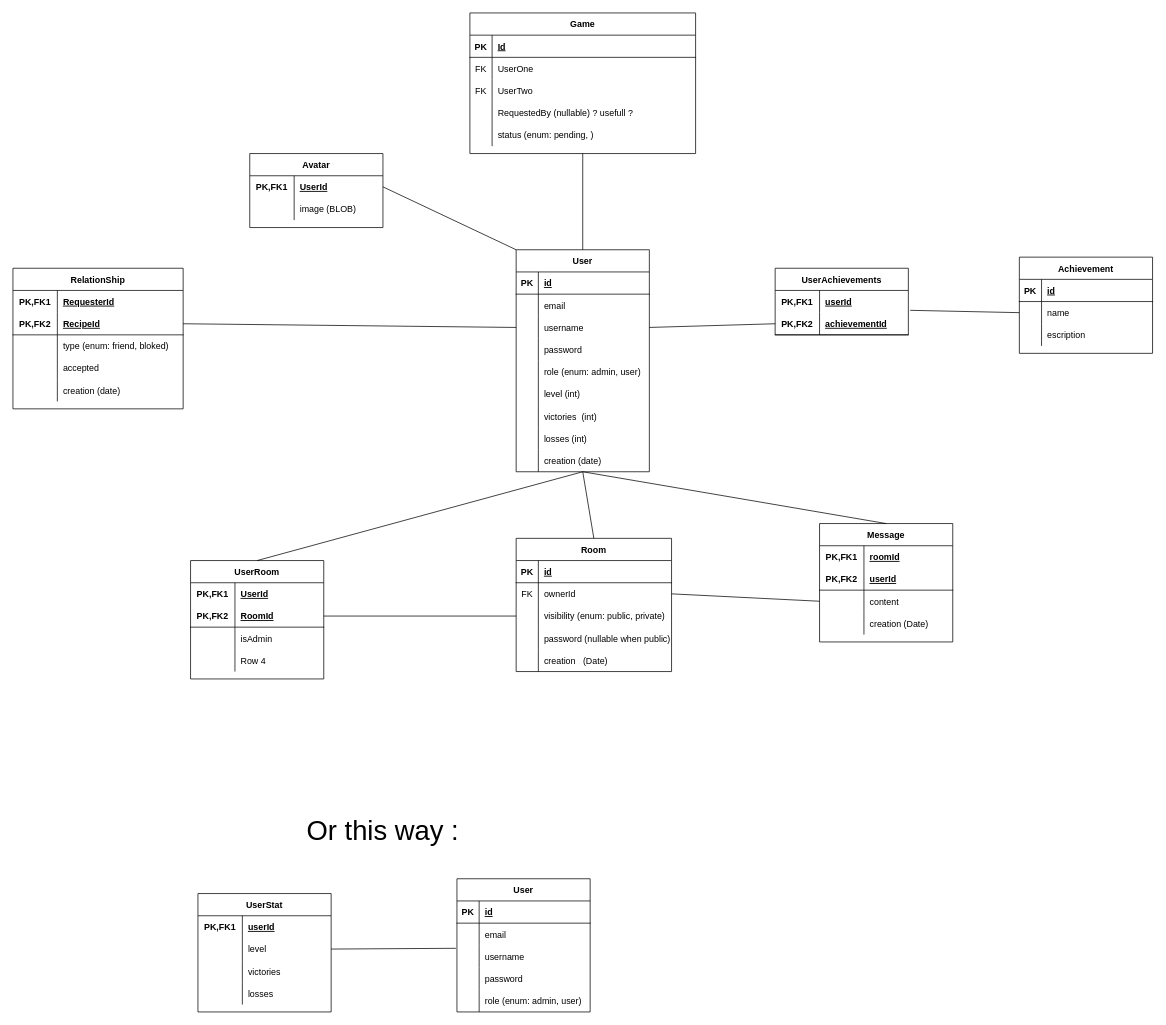
Above: reference/db-schema-tables.drawio in Working-From-Home/ft_transcendence (draw.io), before the change. Source tidied: cells renumbered, new cells numbered last; positions are measured from the earlier drawing's top-left corner, leaving out a move shared by most shapes. Both pictures are drawn from the tidied source at 74%, with x=0, y=0 at pixel (13, 13).
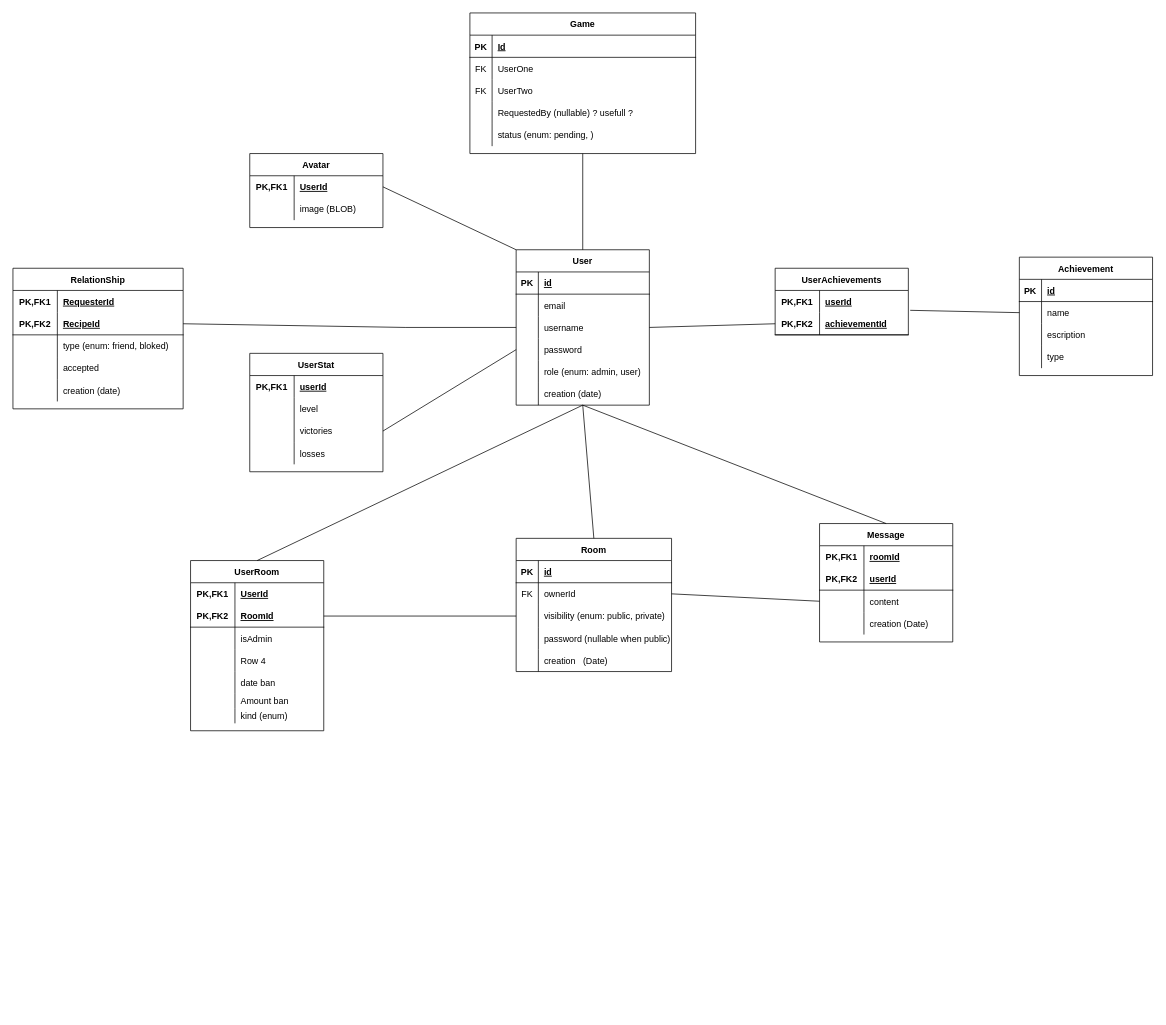
The same page after the edit.

Unchanged cells that the change refers to:
```xml
<mxCell id="9" style="shape=partialRectangle;fillColor=none;top=0;left=0;bottom=0;right=0;points=[[0,0.5],[1,0.5]];portConstraint=eastwest;" parent="2" vertex="1">
  <mxGeometry y="90" width="180" height="30" as="geometry" />
</mxCell>
<mxCell id="12" style="shape=partialRectangle;fillColor=none;top=0;left=0;bottom=0;right=0;points=[[0,0.5],[1,0.5]];portConstraint=eastwest;" parent="2" vertex="1">
  <mxGeometry y="120" width="180" height="30" as="geometry" />
</mxCell>
<mxCell id="53" style="shape=partialRectangle;fillColor=none;top=0;left=0;bottom=1;right=0;points=[[0,0.5],[1,0.5]];portConstraint=eastwest;" parent="49" vertex="1">
  <mxGeometry y="60" width="230" height="30" as="geometry" />
</mxCell>
<mxCell id="150" style="shape=partialRectangle;fillColor=none;top=0;left=0;bottom=0;right=0;points=[[0,0.5],[1,0.5]];portConstraint=eastwest;" parent="146" vertex="1">
  <mxGeometry y="60" width="180" height="30" as="geometry" />
</mxCell>
<mxCell id="153" style="shape=partialRectangle;fillColor=none;top=0;left=0;bottom=0;right=0;points=[[0,0.5],[1,0.5]];portConstraint=eastwest;" parent="146" vertex="1">
  <mxGeometry y="90" width="180" height="30" as="geometry" />
</mxCell>
```

Change to the diagram source:
```diff
@@
     <mxCell id="2" value="User" style="shape=table;startSize=30;childLayout=tableLayout;rowLines=0;fontStyle=1;align=center;" parent="1" vertex="1">
-      <mxGeometry x="680" y="320" width="180" height="300" as="geometry" />
+      <mxGeometry x="680" y="320" width="180" height="210" as="geometry" />
     </mxCell>
@@
-    <mxCell id="18" style="shape=partialRectangle;fillColor=none;top=0;left=0;bottom=0;right=0;" parent="2" vertex="1">
-      <mxGeometry y="180" width="180" height="30" as="geometry" />
-    </mxCell>
-    <mxCell id="19" style="shape=partialRectangle;fillColor=none;top=0;left=0;bottom=0;right=0;overflow=hidden;" parent="18" vertex="1">
-      <mxGeometry width="30" height="30" as="geometry" />
-    </mxCell>
-    <mxCell id="20" value="level (int)" style="shape=partialRectangle;fillColor=none;top=0;left=0;bottom=0;right=0;align=left;spacingLeft=6;overflow=hidden;" parent="18" vertex="1">
-      <mxGeometry x="30" width="150" height="30" as="geometry" />
-    </mxCell>
-    <mxCell id="21" style="shape=partialRectangle;fillColor=none;top=0;left=0;bottom=0;right=0;" parent="2" vertex="1">
-      <mxGeometry y="210" width="180" height="30" as="geometry" />
-    </mxCell>
-    <mxCell id="22" style="shape=partialRectangle;fillColor=none;top=0;left=0;bottom=0;right=0;overflow=hidden;" parent="21" vertex="1">
-      <mxGeometry width="30" height="30" as="geometry" />
-    </mxCell>
-    <mxCell id="23" value="victories  (int)" style="shape=partialRectangle;fillColor=none;top=0;left=0;bottom=0;right=0;align=left;spacingLeft=6;overflow=hidden;" parent="21" vertex="1">
-      <mxGeometry x="30" width="150" height="30" as="geometry" />
-    </mxCell>
-    <mxCell id="24" style="shape=partialRectangle;fillColor=none;top=0;left=0;bottom=0;right=0;" parent="2" vertex="1">
-      <mxGeometry y="240" width="180" height="30" as="geometry" />
-    </mxCell>
-    <mxCell id="25" style="shape=partialRectangle;fillColor=none;top=0;left=0;bottom=0;right=0;overflow=hidden;" parent="24" vertex="1">
-      <mxGeometry width="30" height="30" as="geometry" />
-    </mxCell>
-    <mxCell id="26" value="losses (int)" style="shape=partialRectangle;fillColor=none;top=0;left=0;bottom=0;right=0;align=left;spacingLeft=6;overflow=hidden;" parent="24" vertex="1">
-      <mxGeometry x="30" width="150" height="30" as="geometry" />
-    </mxCell>
     <mxCell id="27" style="shape=partialRectangle;fillColor=none;top=0;left=0;bottom=0;right=0;" parent="2" vertex="1">
-      <mxGeometry y="270" width="180" height="30" as="geometry" />
+      <mxGeometry y="180" width="180" height="30" as="geometry" />
     </mxCell>
@@
     <mxCell id="37" value="Achievement" style="shape=table;startSize=30;childLayout=tableLayout;rowLines=0;fontStyle=1;align=center;" parent="1" vertex="1">
-      <mxGeometry x="1360" y="330" width="180" height="130" as="geometry" />
+      <mxGeometry x="1360" y="330" width="180" height="160" as="geometry" />
     </mxCell>
@@
+    <mxCell id="140" style="shape=partialRectangle;fillColor=none;top=0;left=0;bottom=0;right=0;" parent="37" vertex="1">
+      <mxGeometry y="120" width="180" height="30" as="geometry" />
+    </mxCell>
+    <mxCell id="169" style="shape=partialRectangle;fillColor=none;top=0;left=0;bottom=0;right=0;overflow=hidden;" parent="140" vertex="1">
+      <mxGeometry width="30" height="30" as="geometry" />
+    </mxCell>
+    <mxCell id="170" value="type" style="shape=partialRectangle;fillColor=none;top=0;left=0;bottom=0;right=0;align=left;spacingLeft=6;overflow=hidden;" parent="140" vertex="1">
+      <mxGeometry x="30" width="150" height="30" as="geometry" />
+    </mxCell>
@@
     <mxCell id="65" style="endArrow=none;html=1;rounded=0;exitX=0;exitY=0.5;exitDx=0;exitDy=0;entryX=1;entryY=0.5;entryDx=0;entryDy=0;" parent="1" edge="1" source="9" target="53">
-      <mxGeometry relative="1" as="geometry" />
+      <mxGeometry relative="1" as="geometry">
+        <Array as="points">
+          <mxPoint x="530" y="425" />
+        </Array>
+      </mxGeometry>
     </mxCell>
@@
     <mxCell id="100" value="UserRoom" style="shape=table;startSize=30;childLayout=tableLayout;rowLines=0;fontStyle=1;align=center;" parent="1" vertex="1">
-      <mxGeometry x="240" y="740" width="180" height="160" as="geometry" />
+      <mxGeometry x="240" y="740" width="180" height="230" as="geometry" />
     </mxCell>
@@
+    <mxCell id="143" style="shape=partialRectangle;fillColor=none;top=0;left=0;bottom=0;right=0;" parent="100" vertex="1">
+      <mxGeometry y="150" width="180" height="30" as="geometry" />
+    </mxCell>
+    <mxCell id="171" style="shape=partialRectangle;fillColor=none;top=0;left=0;bottom=0;right=0;overflow=hidden;" parent="143" vertex="1">
+      <mxGeometry width="60" height="30" as="geometry" />
+    </mxCell>
+    <mxCell id="172" value="date ban" style="shape=partialRectangle;fillColor=none;top=0;left=0;bottom=0;right=0;align=left;spacingLeft=6;overflow=hidden;" parent="143" vertex="1">
+      <mxGeometry x="60" width="120" height="30" as="geometry" />
+    </mxCell>
+    <mxCell id="173" style="shape=partialRectangle;fillColor=none;top=0;left=0;bottom=0;right=0;" parent="100" vertex="1">
+      <mxGeometry y="180" width="180" height="20" as="geometry" />
+    </mxCell>
+    <mxCell id="174" style="shape=partialRectangle;fillColor=none;top=0;left=0;bottom=0;right=0;overflow=hidden;" parent="173" vertex="1">
+      <mxGeometry width="60" height="20" as="geometry" />
+    </mxCell>
+    <mxCell id="175" value="Amount ban" style="shape=partialRectangle;fillColor=none;top=0;left=0;bottom=0;right=0;align=left;spacingLeft=6;overflow=hidden;" parent="173" vertex="1">
+      <mxGeometry x="60" width="120" height="20" as="geometry" />
+    </mxCell>
+    <mxCell id="176" style="shape=partialRectangle;fillColor=none;top=0;left=0;bottom=0;right=0;" parent="100" vertex="1">
+      <mxGeometry y="200" width="180" height="20" as="geometry" />
+    </mxCell>
+    <mxCell id="177" style="shape=partialRectangle;fillColor=none;top=0;left=0;bottom=0;right=0;overflow=hidden;" parent="176" vertex="1">
+      <mxGeometry width="60" height="20" as="geometry" />
+    </mxCell>
+    <mxCell id="178" value="kind (enum)" style="shape=partialRectangle;fillColor=none;top=0;left=0;bottom=0;right=0;align=left;spacingLeft=6;overflow=hidden;" parent="176" vertex="1">
+      <mxGeometry x="60" width="120" height="20" as="geometry" />
+    </mxCell>
@@
-    <mxCell id="130" value="User" style="shape=table;startSize=30;childLayout=tableLayout;rowLines=0;fontStyle=1;align=center;" parent="1" vertex="1">
-      <mxGeometry x="600" y="1170" width="180" height="180" as="geometry" />
-    </mxCell>
-    <mxCell id="131" style="shape=partialRectangle;fillColor=none;top=0;left=0;bottom=1;right=0;" parent="130" vertex="1">
-      <mxGeometry y="30" width="180" height="30" as="geometry" />
-    </mxCell>
-    <mxCell id="132" value="PK" style="shape=partialRectangle;fillColor=none;top=0;left=0;bottom=0;right=0;fontStyle=1;overflow=hidden;" parent="131" vertex="1">
-      <mxGeometry width="30" height="30" as="geometry" />
-    </mxCell>
-    <mxCell id="133" value="id" style="shape=partialRectangle;fillColor=none;top=0;left=0;bottom=0;right=0;align=left;spacingLeft=6;fontStyle=5;overflow=hidden;" parent="131" vertex="1">
-      <mxGeometry x="30" width="150" height="30" as="geometry" />
-    </mxCell>
-    <mxCell id="134" style="shape=partialRectangle;fillColor=none;top=0;left=0;bottom=0;right=0;" parent="130" vertex="1">
-      <mxGeometry y="60" width="180" height="30" as="geometry" />
-    </mxCell>
-    <mxCell id="135" style="shape=partialRectangle;fillColor=none;top=0;left=0;bottom=0;right=0;overflow=hidden;" parent="134" vertex="1">
-      <mxGeometry width="30" height="30" as="geometry" />
-    </mxCell>
-    <mxCell id="136" value="email" style="shape=partialRectangle;fillColor=none;top=0;left=0;bottom=0;right=0;align=left;spacingLeft=6;overflow=hidden;" parent="134" vertex="1">
-      <mxGeometry x="30" width="150" height="30" as="geometry" />
-    </mxCell>
-    <mxCell id="137" style="shape=partialRectangle;fillColor=none;top=0;left=0;bottom=0;right=0;points=[[0,0.5],[1,0.5]];portConstraint=eastwest;" parent="130" vertex="1">
-      <mxGeometry y="90" width="180" height="30" as="geometry" />
-    </mxCell>
-    <mxCell id="138" style="shape=partialRectangle;fillColor=none;top=0;left=0;bottom=0;right=0;overflow=hidden;" parent="137" vertex="1">
-      <mxGeometry width="30" height="30" as="geometry" />
-    </mxCell>
-    <mxCell id="139" value="username" style="shape=partialRectangle;fillColor=none;top=0;left=0;bottom=0;right=0;align=left;spacingLeft=6;overflow=hidden;" parent="137" vertex="1">
-      <mxGeometry x="30" width="150" height="30" as="geometry" />
-    </mxCell>
-    <mxCell id="140" style="shape=partialRectangle;fillColor=none;top=0;left=0;bottom=0;right=0;" parent="130" vertex="1">
-      <mxGeometry y="120" width="180" height="30" as="geometry" />
-    </mxCell>
-    <mxCell id="141" style="shape=partialRectangle;fillColor=none;top=0;left=0;bottom=0;right=0;overflow=hidden;" parent="140" vertex="1">
-      <mxGeometry width="30" height="30" as="geometry" />
-    </mxCell>
-    <mxCell id="142" value="password" style="shape=partialRectangle;fillColor=none;top=0;left=0;bottom=0;right=0;align=left;spacingLeft=6;overflow=hidden;" parent="140" vertex="1">
-      <mxGeometry x="30" width="150" height="30" as="geometry" />
-    </mxCell>
-    <mxCell id="143" style="shape=partialRectangle;fillColor=none;top=0;left=0;bottom=0;right=0;" parent="130" vertex="1">
-      <mxGeometry y="150" width="180" height="30" as="geometry" />
-    </mxCell>
-    <mxCell id="144" style="shape=partialRectangle;fillColor=none;top=0;left=0;bottom=0;right=0;overflow=hidden;" parent="143" vertex="1">
-      <mxGeometry width="30" height="30" as="geometry" />
-    </mxCell>
-    <mxCell id="145" value="role (enum: admin, user)" style="shape=partialRectangle;fillColor=none;top=0;left=0;bottom=0;right=0;align=left;spacingLeft=6;overflow=hidden;" parent="143" vertex="1">
-      <mxGeometry x="30" width="150" height="30" as="geometry" />
-    </mxCell>
     <mxCell id="146" value="UserStat" style="shape=table;startSize=30;childLayout=tableLayout;rowLines=0;fontStyle=1;align=center;" parent="1" vertex="1">
-      <mxGeometry x="250" y="1190" width="180" height="160" as="geometry" />
+      <mxGeometry x="320" y="460" width="180" height="160" as="geometry" />
     </mxCell>
@@
-    <mxCell id="159" style="endArrow=none;html=1;rounded=0;exitX=1;exitY=0.5;exitDx=0;exitDy=0;entryX=-0.008;entryY=0.133;entryDx=0;entryDy=0;entryPerimeter=0;" parent="1" edge="1" source="150" target="137">
-      <mxGeometry relative="1" as="geometry" />
-    </mxCell>
-    <mxCell id="160" value="&lt;p style=&quot;line-height: 240%&quot;&gt;&lt;font style=&quot;font-size: 37px&quot;&gt;Or this way :&lt;/font&gt;&lt;/p&gt;" style="text;html=1;strokeColor=none;fillColor=none;align=center;verticalAlign=middle;whiteSpace=wrap;rounded=0;" parent="1" vertex="1">
-      <mxGeometry x="360" y="1080" width="280" height="60" as="geometry" />
-    </mxCell>
@@
+    <mxCell id="179" style="endArrow=none;html=1;rounded=0;exitX=1;exitY=0.5;exitDx=0;exitDy=0;entryX=0;entryY=0.5;entryDx=0;entryDy=0;" parent="1" edge="1" source="153" target="12">
+      <mxGeometry relative="1" as="geometry" />
+    </mxCell>
```
